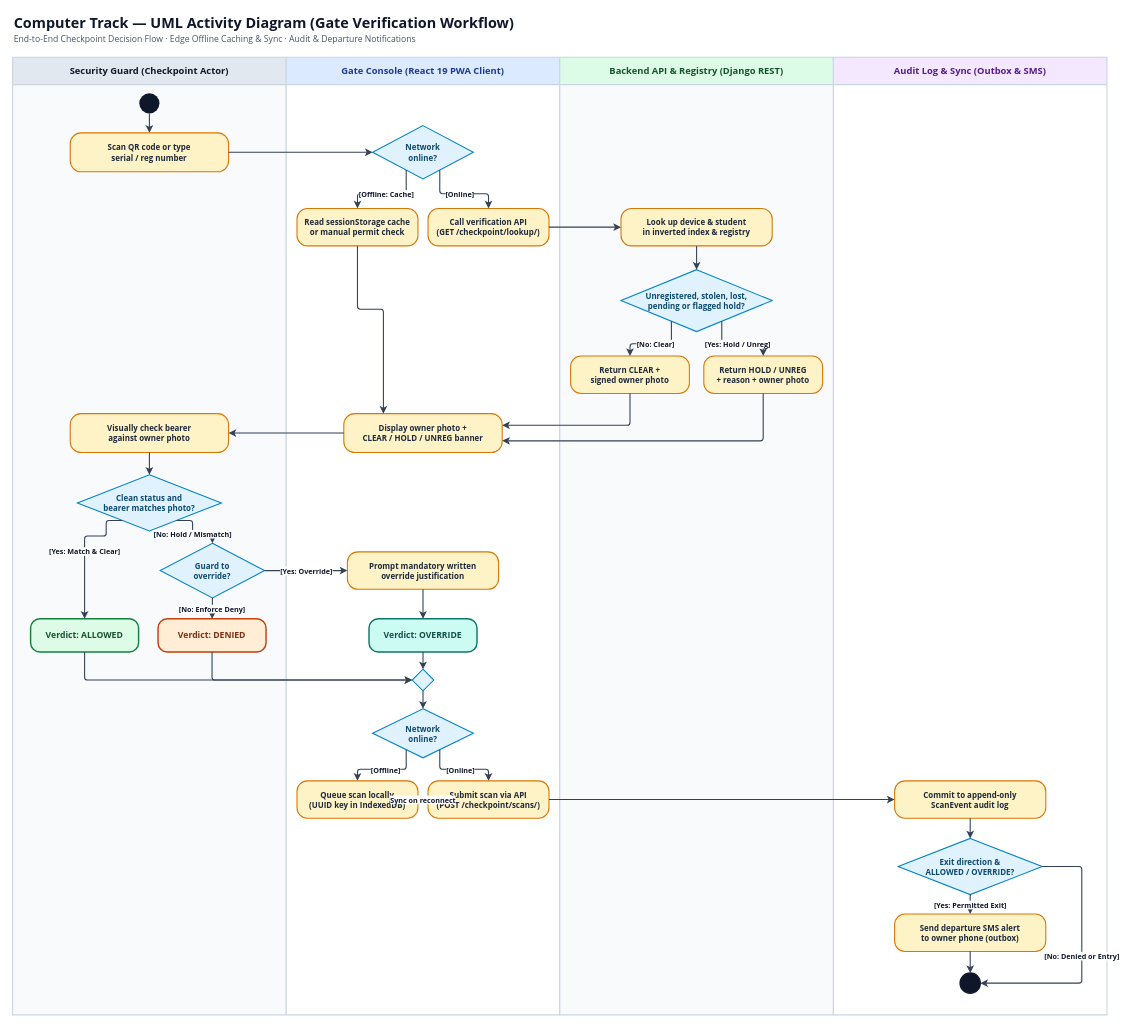
Above: research/diagrams/activity-diagram.drawio in mndekwe-dot/Computer_Track (draw.io), before the change. Source tidied: cells renumbered, new cells numbered last; positions are measured from the earlier drawing's top-left corner, leaving out a move shared by most shapes. Both pictures are drawn from the tidied source at 72%, with x=0, y=0 at pixel (12, 12).
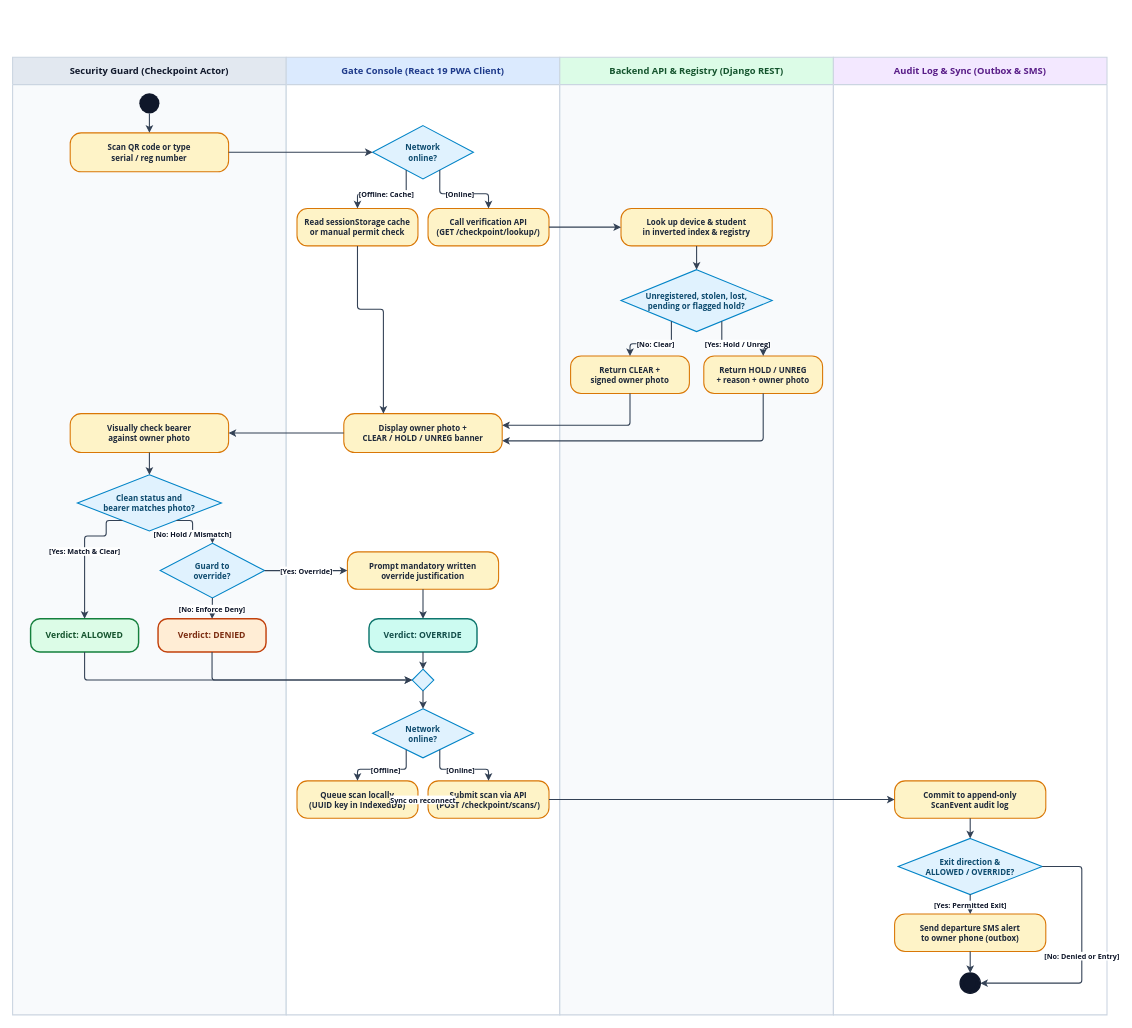
After the change.

What changed in the source:
```diff
@@
-    <mxCell id="2" value="Computer Track — UML Activity Diagram (Gate Verification Workflow)" style="text;html=1;fontFamily=Segoe UI;fontSize=20;fontStyle=1;fontColor=#0F172A;align=left;verticalAlign=middle;" parent="1" vertex="1">
-      <mxGeometry width="850" height="28" as="geometry" />
-    </mxCell>
-    <mxCell id="3" value="End-to-End Checkpoint Decision Flow · Edge Offline Caching &amp; Sync · Audit &amp; Departure Notifications" style="text;html=1;fontFamily=Segoe UI;fontSize=12;fontStyle=0;fontColor=#475569;align=left;verticalAlign=middle;" parent="1" vertex="1">
-      <mxGeometry y="28" width="850" height="20" as="geometry" />
-    </mxCell>
```
